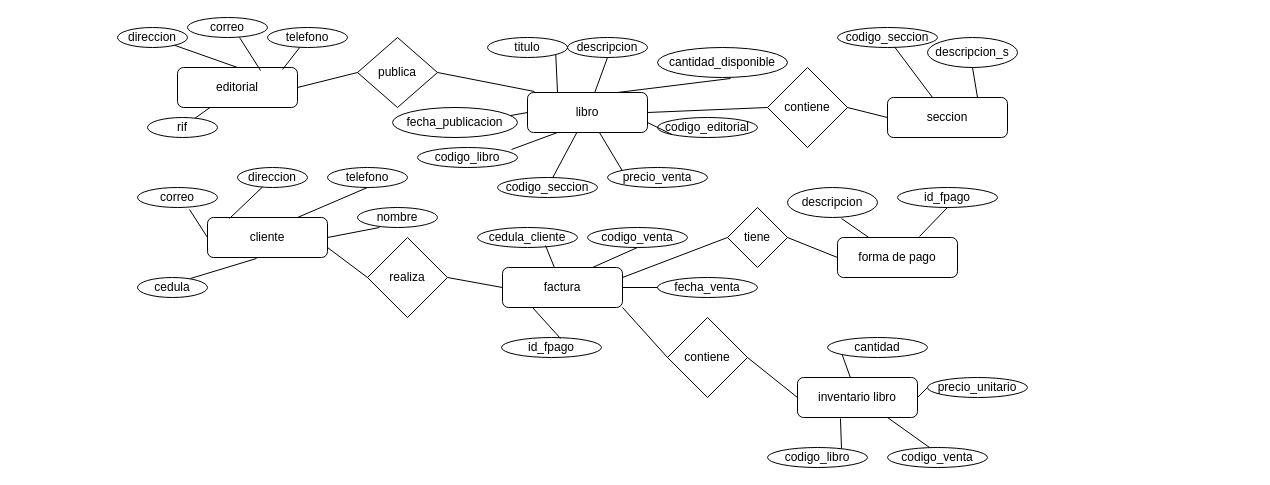
Earlier version of the draw.io diagram page "Page-1" (1 of 2) of Diagrama sin título.drawio (nemrac159/carmen). Source tidied: cells renumbered, new cells numbered last; positions are measured from the earlier drawing's top-left corner, leaving out a move shared by most shapes. Both pictures are drawn from the tidied source at 100%, with x=0, y=0 at pixel (117, 17).
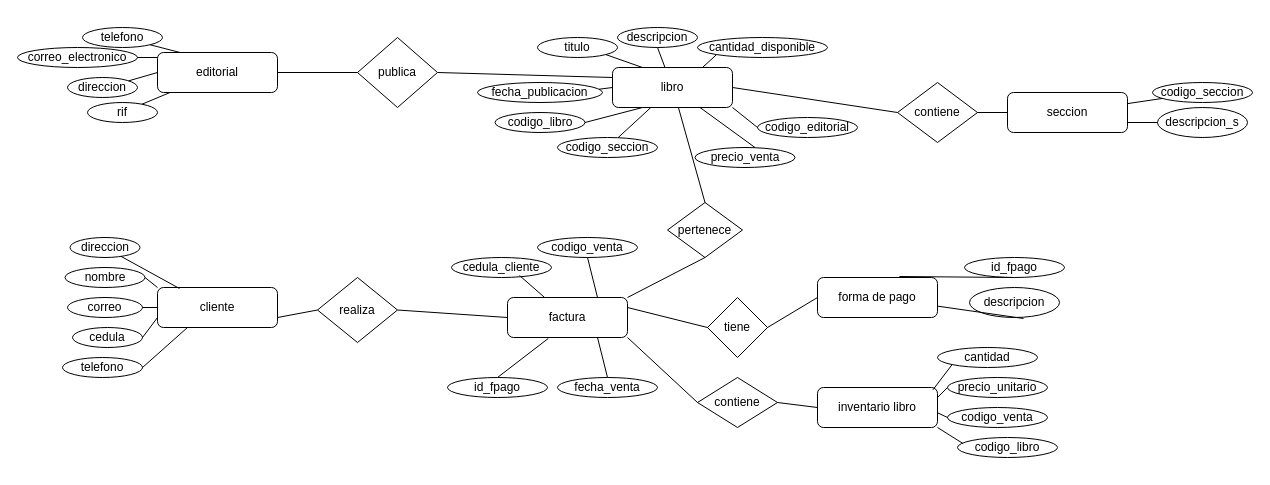
After the change.

Unchanged cells that the change refers to:
```xml
<mxCell id="69" value="publica" style="rhombus;whiteSpace=wrap;html=1;" parent="1" vertex="1">
  <mxGeometry x="240" y="20" width="80" height="70" as="geometry" />
</mxCell>
```

Change to the diagram source:
```diff
@@
     <mxCell id="2" value="editorial" style="rounded=1;whiteSpace=wrap;html=1;fontSize=12;glass=0;strokeWidth=1;shadow=0;" parent="1" vertex="1">
-      <mxGeometry x="60" y="50" width="120" height="40" as="geometry" />
+      <mxGeometry x="40" y="35" width="120" height="40" as="geometry" />
     </mxCell>
-    <mxCell id="3" value="correo" style="ellipse;whiteSpace=wrap;html=1;" parent="1" vertex="1">
-      <mxGeometry x="70" width="80" height="20" as="geometry" />
+    <mxCell id="3" value="correo_electronico" style="ellipse;whiteSpace=wrap;html=1;" parent="1" vertex="1">
+      <mxGeometry x="-100" y="30" width="120" height="20" as="geometry" />
     </mxCell>
     <mxCell id="4" value="seccion" style="rounded=1;whiteSpace=wrap;html=1;" parent="1" vertex="1">
-      <mxGeometry x="770" y="80" width="120" height="40" as="geometry" />
+      <mxGeometry x="890" y="75" width="120" height="40" as="geometry" />
     </mxCell>
     <mxCell id="5" value="libro" style="rounded=1;whiteSpace=wrap;html=1;" parent="1" vertex="1">
-      <mxGeometry x="410" y="75" width="120" height="40" as="geometry" />
+      <mxGeometry x="495" y="50" width="120" height="40" as="geometry" />
     </mxCell>
     <mxCell id="6" value="inventario libro" style="rounded=1;whiteSpace=wrap;html=1;" parent="1" vertex="1">
-      <mxGeometry x="680" y="360" width="120" height="40" as="geometry" />
+      <mxGeometry x="700" y="370" width="120" height="40" as="geometry" />
     </mxCell>
     <mxCell id="7" value="factura" style="rounded=1;whiteSpace=wrap;html=1;" parent="1" vertex="1">
-      <mxGeometry x="385" y="250" width="120" height="40" as="geometry" />
+      <mxGeometry x="390" y="280" width="120" height="40" as="geometry" />
     </mxCell>
     <mxCell id="8" value="cliente" style="rounded=1;whiteSpace=wrap;html=1;" parent="1" vertex="1">
-      <mxGeometry x="90" y="200" width="120" height="40" as="geometry" />
+      <mxGeometry x="40" y="270" width="120" height="40" as="geometry" />
     </mxCell>
     <mxCell id="9" value="forma de pago" style="rounded=1;whiteSpace=wrap;html=1;" parent="1" vertex="1">
-      <mxGeometry x="720" y="220" width="120" height="40" as="geometry" />
+      <mxGeometry x="700" y="260" width="120" height="40" as="geometry" />
     </mxCell>
     <mxCell id="10" value="codigo_seccion" style="ellipse;whiteSpace=wrap;html=1;" parent="1" vertex="1">
-      <mxGeometry x="720" y="10" width="100" height="20" as="geometry" />
+      <mxGeometry x="1035" y="65" width="100" height="20" as="geometry" />
     </mxCell>
@@
-    <mxCell id="12" style="endArrow=none;html=1;rounded=0;entryX=0.65;entryY=1;entryDx=0;entryDy=0;entryPerimeter=0;exitX=0.692;exitY=0.075;exitDx=0;exitDy=0;exitPerimeter=0;" parent="1" edge="1" source="2" target="3">
-      <mxGeometry relative="1" as="geometry" />
+    <mxCell id="12" style="endArrow=none;html=1;rounded=0;entryX=1;entryY=0.5;entryDx=0;entryDy=0;" parent="1" edge="1" target="3">
+      <mxGeometry relative="1" as="geometry">
+        <mxPoint x="40" y="40" as="sourcePoint" />
+      </mxGeometry>
     </mxCell>
     <mxCell id="13" value="telefono" style="ellipse;whiteSpace=wrap;html=1;" parent="1" vertex="1">
-      <mxGeometry x="150" y="10" width="80" height="20" as="geometry" />
+      <mxGeometry x="-35" y="10" width="80" height="20" as="geometry" />
     </mxCell>
-    <mxCell id="14" style="endArrow=none;html=1;rounded=0;exitX=0.875;exitY=0.05;exitDx=0;exitDy=0;exitPerimeter=0;" parent="1" edge="1" source="2" target="13">
+    <mxCell id="14" style="endArrow=none;html=1;rounded=0;exitX=0.191;exitY=0.002;exitDx=0;exitDy=0;exitPerimeter=0;" parent="1" edge="1" source="2" target="13">
       <mxGeometry relative="1" as="geometry" />
     </mxCell>
@@
     <mxCell id="16" value="direccion" style="ellipse;whiteSpace=wrap;html=1;" parent="1" vertex="1">
-      <mxGeometry y="10" width="70" height="20" as="geometry" />
+      <mxGeometry x="-50" y="60" width="70" height="20" as="geometry" />
     </mxCell>
     <mxCell id="17" value="rif" style="ellipse;whiteSpace=wrap;html=1;" parent="1" vertex="1">
-      <mxGeometry x="30" y="100" width="70" height="20" as="geometry" />
+      <mxGeometry x="-30" y="85" width="70" height="20" as="geometry" />
     </mxCell>
-    <mxCell id="18" style="endArrow=none;html=1;rounded=0;exitX=0.5;exitY=0;exitDx=0;exitDy=0;" parent="1" edge="1" source="2" target="16">
+    <mxCell id="18" style="endArrow=none;html=1;rounded=0;exitX=0;exitY=0.5;exitDx=0;exitDy=0;" parent="1" edge="1" source="2" target="16">
       <mxGeometry relative="1" as="geometry" />
     </mxCell>
@@
     <mxCell id="20" value="descripcion_s" style="ellipse;whiteSpace=wrap;html=1;" parent="1" vertex="1">
-      <mxGeometry x="810" y="20" width="90" height="30" as="geometry" />
+      <mxGeometry x="1040" y="90" width="90" height="30" as="geometry" />
     </mxCell>
-    <mxCell id="21" style="endArrow=none;html=1;rounded=0;entryX=0.5;entryY=1;entryDx=0;entryDy=0;exitX=0.75;exitY=0;exitDx=0;exitDy=0;" parent="1" edge="1" source="4" target="20">
+    <mxCell id="21" style="endArrow=none;html=1;rounded=0;entryX=0;entryY=0.5;entryDx=0;entryDy=0;exitX=1;exitY=0.75;exitDx=0;exitDy=0;" parent="1" edge="1" source="4" target="20">
       <mxGeometry relative="1" as="geometry" />
     </mxCell>
     <mxCell id="22" value="titulo" style="ellipse;whiteSpace=wrap;html=1;" parent="1" vertex="1">
-      <mxGeometry x="370" y="20" width="80" height="20" as="geometry" />
+      <mxGeometry x="420" y="20" width="80" height="20" as="geometry" />
     </mxCell>
     <mxCell id="23" value="cantidad_disponible" style="ellipse;whiteSpace=wrap;html=1;" parent="1" vertex="1">
-      <mxGeometry x="540" y="30" width="130" height="30" as="geometry" />
+      <mxGeometry x="580" y="20" width="130" height="20" as="geometry" />
     </mxCell>
     <mxCell id="24" value="descripcion" style="ellipse;whiteSpace=wrap;html=1;" parent="1" vertex="1">
-      <mxGeometry x="450" y="20" width="80" height="20" as="geometry" />
+      <mxGeometry x="500" y="10" width="80" height="20" as="geometry" />
     </mxCell>
@@
     <mxCell id="26" value="fecha_publicacion" style="ellipse;whiteSpace=wrap;html=1;" parent="1" vertex="1">
-      <mxGeometry x="275" y="90" width="125" height="30" as="geometry" />
+      <mxGeometry x="360" y="65" width="125" height="20" as="geometry" />
     </mxCell>
     <mxCell id="27" value="codigo_libro" style="ellipse;whiteSpace=wrap;html=1;" parent="1" vertex="1">
-      <mxGeometry x="300" y="130" width="100" height="20" as="geometry" />
+      <mxGeometry x="377.5" y="95" width="90" height="20" as="geometry" />
     </mxCell>
     <mxCell id="28" value="precio_venta" style="ellipse;whiteSpace=wrap;html=1;" parent="1" vertex="1">
-      <mxGeometry x="490" y="150" width="100" height="20" as="geometry" />
+      <mxGeometry x="577.5" y="130" width="100" height="20" as="geometry" />
     </mxCell>
     <mxCell id="29" value="codigo_editorial" style="ellipse;whiteSpace=wrap;html=1;" parent="1" vertex="1">
-      <mxGeometry x="540" y="100" width="100" height="20" as="geometry" />
+      <mxGeometry x="640" y="100" width="100" height="20" as="geometry" />
     </mxCell>
     <mxCell id="30" value="codigo_seccion" style="ellipse;whiteSpace=wrap;html=1;" parent="1" vertex="1">
-      <mxGeometry x="380" y="160" width="100" height="20" as="geometry" />
+      <mxGeometry x="440" y="120" width="100" height="20" as="geometry" />
     </mxCell>
@@
-    <mxCell id="34" style="endArrow=none;html=1;rounded=0;entryX=0.25;entryY=1;entryDx=0;entryDy=0;exitX=0.94;exitY=0.1;exitDx=0;exitDy=0;exitPerimeter=0;" parent="1" edge="1" source="27" target="5">
+    <mxCell id="34" style="endArrow=none;html=1;rounded=0;entryX=0.25;entryY=1;entryDx=0;entryDy=0;exitX=1;exitY=0.5;exitDx=0;exitDy=0;" parent="1" edge="1" source="27" target="5">
       <mxGeometry relative="1" as="geometry" />
     </mxCell>
@@
-    <mxCell id="36" style="endArrow=none;html=1;rounded=0;exitX=1;exitY=0.75;exitDx=0;exitDy=0;entryX=0;entryY=1;entryDx=0;entryDy=0;" parent="1" edge="1" source="5" target="29">
+    <mxCell id="36" style="endArrow=none;html=1;rounded=0;exitX=1;exitY=1;exitDx=0;exitDy=0;entryX=0;entryY=0.5;entryDx=0;entryDy=0;" parent="1" edge="1" source="5" target="29">
       <mxGeometry relative="1" as="geometry" />
     </mxCell>
-    <mxCell id="37" style="endArrow=none;html=1;rounded=0;entryX=0;entryY=0;entryDx=0;entryDy=0;" parent="1" edge="1" source="5" target="28">
+    <mxCell id="37" style="endArrow=none;html=1;rounded=0;entryX=0.6;entryY=0;entryDx=0;entryDy=0;entryPerimeter=0;" parent="1" edge="1" source="5" target="28">
       <mxGeometry relative="1" as="geometry" />
     </mxCell>
-    <mxCell id="38" style="endArrow=none;html=1;rounded=0;entryX=0.562;entryY=1.033;entryDx=0;entryDy=0;entryPerimeter=0;exitX=0.75;exitY=0;exitDx=0;exitDy=0;exitPerimeter=0;" parent="1" edge="1" source="5" target="23">
+    <mxCell id="38" style="endArrow=none;html=1;rounded=0;entryX=0;entryY=1;entryDx=0;entryDy=0;exitX=0.75;exitY=0;exitDx=0;exitDy=0;exitPerimeter=0;" parent="1" edge="1" source="5" target="23">
       <mxGeometry relative="1" as="geometry" />
     </mxCell>
     <mxCell id="39" value="telefono" style="ellipse;whiteSpace=wrap;html=1;" parent="1" vertex="1">
-      <mxGeometry x="210" y="150" width="80" height="20" as="geometry" />
+      <mxGeometry x="-55" y="340" width="80" height="20" as="geometry" />
     </mxCell>
     <mxCell id="40" value="direccion" style="ellipse;whiteSpace=wrap;html=1;" parent="1" vertex="1">
-      <mxGeometry x="120" y="150" width="70" height="20" as="geometry" />
+      <mxGeometry x="-47.5" y="220" width="70" height="20" as="geometry" />
     </mxCell>
     <mxCell id="41" value="correo" style="ellipse;whiteSpace=wrap;html=1;" parent="1" vertex="1">
-      <mxGeometry x="20" y="170" width="80" height="20" as="geometry" />
+      <mxGeometry x="-50" y="280" width="75" height="20" as="geometry" />
     </mxCell>
     <mxCell id="42" value="cedula" style="ellipse;whiteSpace=wrap;html=1;" parent="1" vertex="1">
-      <mxGeometry x="20" y="260" width="70" height="20" as="geometry" />
+      <mxGeometry x="-45" y="310" width="70" height="20" as="geometry" />
     </mxCell>
     <mxCell id="43" value="descripcion" style="ellipse;whiteSpace=wrap;html=1;" parent="1" vertex="1">
-      <mxGeometry x="670" y="170" width="90" height="30" as="geometry" />
+      <mxGeometry x="852" y="270" width="90" height="30" as="geometry" />
     </mxCell>
     <mxCell id="44" value="id_fpago" style="ellipse;whiteSpace=wrap;html=1;" parent="1" vertex="1">
-      <mxGeometry x="780" y="170" width="100" height="20" as="geometry" />
+      <mxGeometry x="847" y="240" width="100" height="20" as="geometry" />
     </mxCell>
     <mxCell id="45" value="codigo_venta" style="ellipse;whiteSpace=wrap;html=1;" parent="1" vertex="1">
-      <mxGeometry x="470" y="210" width="100" height="20" as="geometry" />
+      <mxGeometry x="420" y="220" width="100" height="20" as="geometry" />
     </mxCell>
     <mxCell id="46" value="fecha_venta" style="ellipse;whiteSpace=wrap;html=1;" parent="1" vertex="1">
-      <mxGeometry x="540" y="260" width="100" height="20" as="geometry" />
+      <mxGeometry x="440" y="360" width="100" height="20" as="geometry" />
     </mxCell>
     <mxCell id="47" value="cedula_cliente" style="ellipse;whiteSpace=wrap;html=1;" parent="1" vertex="1">
-      <mxGeometry x="360" y="210" width="100" height="20" as="geometry" />
+      <mxGeometry x="334" y="240" width="100" height="20" as="geometry" />
     </mxCell>
     <mxCell id="48" value="id_fpago" style="ellipse;whiteSpace=wrap;html=1;" parent="1" vertex="1">
-      <mxGeometry x="384" y="320" width="100" height="20" as="geometry" />
+      <mxGeometry x="330" y="360" width="100" height="20" as="geometry" />
     </mxCell>
     <mxCell id="49" value="codigo_venta" style="ellipse;whiteSpace=wrap;html=1;" parent="1" vertex="1">
-      <mxGeometry x="770" y="430" width="100" height="20" as="geometry" />
+      <mxGeometry x="830" y="390" width="100" height="20" as="geometry" />
     </mxCell>
     <mxCell id="50" value="codigo_libro" style="ellipse;whiteSpace=wrap;html=1;" parent="1" vertex="1">
-      <mxGeometry x="650" y="430" width="100" height="20" as="geometry" />
+      <mxGeometry x="840" y="420" width="100" height="20" as="geometry" />
     </mxCell>
     <mxCell id="51" value="precio_unitario" style="ellipse;whiteSpace=wrap;html=1;" parent="1" vertex="1">
-      <mxGeometry x="810" y="360" width="100" height="20" as="geometry" />
+      <mxGeometry x="830" y="360" width="100" height="20" as="geometry" />
     </mxCell>
     <mxCell id="52" value="cantidad" style="ellipse;whiteSpace=wrap;html=1;" parent="1" vertex="1">
-      <mxGeometry x="710" y="320" width="100" height="20" as="geometry" />
+      <mxGeometry x="820" y="330" width="100" height="20" as="geometry" />
     </mxCell>
@@
-    <mxCell id="55" style="endArrow=none;html=1;rounded=0;entryX=0.75;entryY=0;entryDx=0;entryDy=0;exitX=0.5;exitY=1;exitDx=0;exitDy=0;" parent="1" edge="1" source="39" target="8">
+    <mxCell id="55" style="endArrow=none;html=1;rounded=0;entryX=1;entryY=0.5;entryDx=0;entryDy=0;exitX=0.25;exitY=1;exitDx=0;exitDy=0;" parent="1" edge="1" source="8" target="39">
       <mxGeometry relative="1" as="geometry" />
     </mxCell>
-    <mxCell id="56" style="endArrow=none;html=1;rounded=0;exitX=0.408;exitY=1.025;exitDx=0;exitDy=0;exitPerimeter=0;entryX=0.757;entryY=0.05;entryDx=0;entryDy=0;entryPerimeter=0;" parent="1" edge="1" source="8" target="42">
+    <mxCell id="56" style="endArrow=none;html=1;rounded=0;exitX=0;exitY=0.75;exitDx=0;exitDy=0;entryX=1;entryY=0.5;entryDx=0;entryDy=0;" parent="1" edge="1" source="8" target="42">
       <mxGeometry relative="1" as="geometry" />
     </mxCell>
@@
-    <mxCell id="58" style="endArrow=none;html=1;rounded=0;exitX=0;exitY=0.5;exitDx=0;exitDy=0;entryX=0.65;entryY=1.1;entryDx=0;entryDy=0;entryPerimeter=0;" parent="1" edge="1" source="8" target="41">
+    <mxCell id="58" style="endArrow=none;html=1;rounded=0;exitX=0;exitY=0.5;exitDx=0;exitDy=0;entryX=1;entryY=0.5;entryDx=0;entryDy=0;" parent="1" edge="1" source="8" target="41">
       <mxGeometry relative="1" as="geometry" />
     </mxCell>
@@
-    <mxCell id="60" style="endArrow=none;html=1;rounded=0;exitX=1;exitY=0.5;exitDx=0;exitDy=0;entryX=0;entryY=0.5;entryDx=0;entryDy=0;" parent="1" edge="1" source="7" target="46">
+    <mxCell id="60" style="endArrow=none;html=1;rounded=0;exitX=0.75;exitY=1;exitDx=0;exitDy=0;entryX=0.5;entryY=0;entryDx=0;entryDy=0;" parent="1" edge="1" source="7" target="46">
       <mxGeometry relative="1" as="geometry" />
     </mxCell>
-    <mxCell id="61" style="endArrow=none;html=1;rounded=0;exitX=0.59;exitY=0.05;exitDx=0;exitDy=0;entryX=0.25;entryY=1;entryDx=0;entryDy=0;exitPerimeter=0;" parent="1" edge="1" source="48" target="7">
-      <mxGeometry relative="1" as="geometry" />
-    </mxCell>
@@
-    <mxCell id="63" style="endArrow=none;html=1;rounded=0;entryX=0;entryY=1;entryDx=0;entryDy=0;" parent="1" edge="1" source="6" target="52">
+    <mxCell id="63" style="endArrow=none;html=1;rounded=0;entryX=0;entryY=1;entryDx=0;entryDy=0;exitX=0.962;exitY=0.057;exitDx=0;exitDy=0;exitPerimeter=0;" parent="1" edge="1" source="6" target="52">
       <mxGeometry relative="1" as="geometry" />
     </mxCell>
-    <mxCell id="64" style="endArrow=none;html=1;rounded=0;exitX=1;exitY=0.5;exitDx=0;exitDy=0;entryX=0;entryY=0.5;entryDx=0;entryDy=0;" parent="1" edge="1" source="6" target="51">
+    <mxCell id="64" style="endArrow=none;html=1;rounded=0;exitX=1;exitY=0.25;exitDx=0;exitDy=0;entryX=0;entryY=0.5;entryDx=0;entryDy=0;" parent="1" edge="1" source="6" target="51">
       <mxGeometry relative="1" as="geometry" />
     </mxCell>
-    <mxCell id="65" style="endArrow=none;html=1;rounded=0;exitX=0.75;exitY=1;exitDx=0;exitDy=0;entryX=0.42;entryY=0;entryDx=0;entryDy=0;entryPerimeter=0;" parent="1" edge="1" source="6" target="49">
+    <mxCell id="65" style="endArrow=none;html=1;rounded=0;exitX=1.001;exitY=0.632;exitDx=0;exitDy=0;entryX=0;entryY=0.5;entryDx=0;entryDy=0;exitPerimeter=0;" parent="1" edge="1" source="6" target="49">
       <mxGeometry relative="1" as="geometry" />
     </mxCell>
-    <mxCell id="66" style="endArrow=none;html=1;rounded=0;exitX=0.358;exitY=1.025;exitDx=0;exitDy=0;exitPerimeter=0;entryX=0.74;entryY=0.05;entryDx=0;entryDy=0;entryPerimeter=0;" parent="1" edge="1" source="6" target="50">
+    <mxCell id="66" style="endArrow=none;html=1;rounded=0;exitX=1;exitY=1;exitDx=0;exitDy=0;entryX=0.053;entryY=0.295;entryDx=0;entryDy=0;entryPerimeter=0;" parent="1" edge="1" source="6" target="50">
       <mxGeometry relative="1" as="geometry" />
     </mxCell>
     <mxCell id="67" value="nombre" style="ellipse;whiteSpace=wrap;html=1;" parent="1" vertex="1">
-      <mxGeometry x="240" y="190" width="80" height="20" as="geometry" />
+      <mxGeometry x="-52.5" y="250" width="80" height="20" as="geometry" />
     </mxCell>
-    <mxCell id="68" style="endArrow=none;html=1;rounded=0;exitX=1;exitY=0.5;exitDx=0;exitDy=0;entryX=0.275;entryY=1;entryDx=0;entryDy=0;entryPerimeter=0;" parent="1" edge="1" source="8" target="67">
+    <mxCell id="68" style="endArrow=none;html=1;rounded=0;entryX=1;entryY=0.5;entryDx=0;entryDy=0;exitX=0;exitY=0;exitDx=0;exitDy=0;" parent="1" edge="1" source="8" target="67">
       <mxGeometry relative="1" as="geometry" />
     </mxCell>
@@
-    <mxCell id="71" style="endArrow=none;html=1;rounded=0;entryX=0.058;entryY=-0.025;entryDx=0;entryDy=0;entryPerimeter=0;exitX=1;exitY=0.5;exitDx=0;exitDy=0;" parent="1" edge="1" source="69" target="5">
+    <mxCell id="71" style="endArrow=none;html=1;rounded=0;entryX=0;entryY=0.25;entryDx=0;entryDy=0;exitX=1;exitY=0.5;exitDx=0;exitDy=0;" parent="1" edge="1" source="69" target="5">
       <mxGeometry relative="1" as="geometry" />
     </mxCell>
     <mxCell id="72" value="contiene" style="rhombus;whiteSpace=wrap;html=1;" parent="1" vertex="1">
-      <mxGeometry x="650" y="50" width="80" height="80" as="geometry" />
+      <mxGeometry x="780" y="65" width="80" height="60" as="geometry" />
     </mxCell>
@@
     <mxCell id="75" value="realiza" style="rhombus;whiteSpace=wrap;html=1;" parent="1" vertex="1">
-      <mxGeometry x="250" y="220" width="80" height="80" as="geometry" />
+      <mxGeometry x="200" y="260" width="80" height="65" as="geometry" />
     </mxCell>
@@
     <mxCell id="78" value="tiene" style="rhombus;whiteSpace=wrap;html=1;" parent="1" vertex="1">
-      <mxGeometry x="610" y="190" width="60" height="60" as="geometry" />
+      <mxGeometry x="590" y="280" width="60" height="60" as="geometry" />
     </mxCell>
@@
     <mxCell id="81" value="contiene" style="rhombus;whiteSpace=wrap;html=1;" parent="1" vertex="1">
-      <mxGeometry x="550" y="300" width="80" height="80" as="geometry" />
+      <mxGeometry x="580" y="360" width="80" height="50" as="geometry" />
     </mxCell>
@@
+    <mxCell id="84" value="pertenece" style="rhombus;whiteSpace=wrap;html=1;" parent="1" vertex="1">
+      <mxGeometry x="550" y="185" width="75" height="55" as="geometry" />
+    </mxCell>
+    <mxCell id="85" style="endArrow=none;html=1;rounded=0;entryX=0.55;entryY=1.007;entryDx=0;entryDy=0;entryPerimeter=0;exitX=0.5;exitY=0;exitDx=0;exitDy=0;" parent="1" edge="1" source="84" target="5">
+      <mxGeometry relative="1" as="geometry" />
+    </mxCell>
+    <mxCell id="86" style="endArrow=none;html=1;rounded=0;entryX=0.5;entryY=1;entryDx=0;entryDy=0;exitX=1;exitY=0;exitDx=0;exitDy=0;" parent="1" edge="1" source="7" target="84">
+      <mxGeometry relative="1" as="geometry" />
+    </mxCell>
+    <mxCell id="61" style="endArrow=none;html=1;rounded=0;exitX=0.5;exitY=0;exitDx=0;exitDy=0;entryX=0.34;entryY=1.023;entryDx=0;entryDy=0;entryPerimeter=0;" parent="1" edge="1" source="48" target="7">
+      <mxGeometry relative="1" as="geometry" />
+    </mxCell>
```
